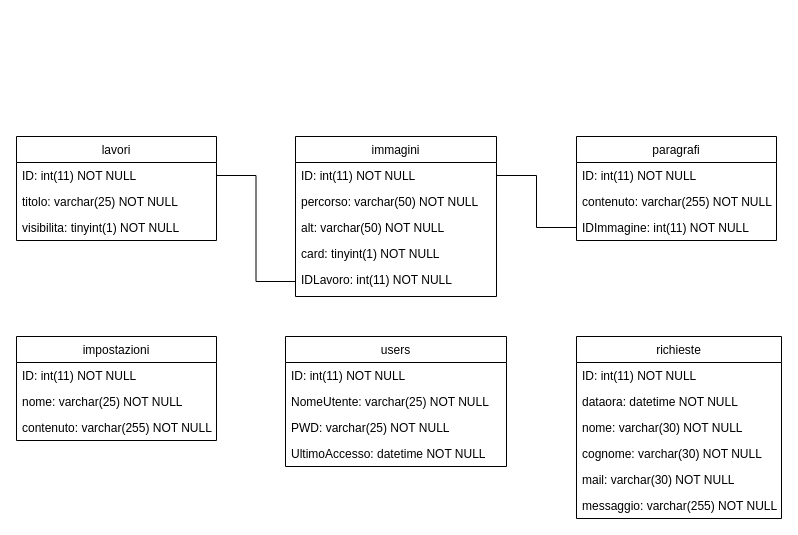
This is Set-up/dbtecweb.drawio from httpedo13/progettotecweb, a draw.io file, before an edit. Source tidied: cells renumbered, new cells numbered last; positions are measured from the earlier drawing's top-left corner, leaving out a move shared by most shapes. Both pictures are drawn from the tidied source at 100%, with x=0, y=0 at pixel (16, 136).
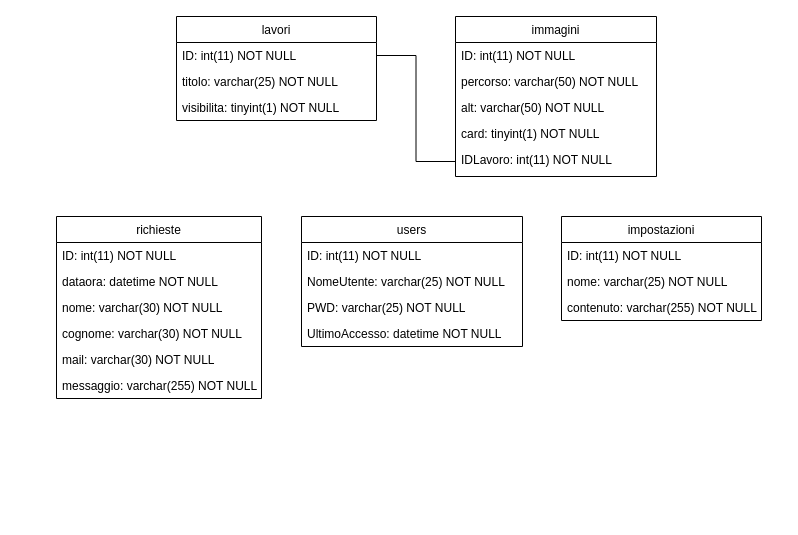
After the change.

The change refers to these unchanged cells:
```xml
<mxCell id="3" value="ID: int(11) NOT NULL" style="text;strokeColor=none;fillColor=none;align=left;verticalAlign=top;spacingLeft=4;spacingRight=4;overflow=hidden;points=[[0,0.5],[1,0.5]];portConstraint=eastwest;" parent="2" vertex="1">
  <mxGeometry y="26" width="201" height="26" as="geometry" />
</mxCell>
```

Diff of the diagram source:
```diff
@@
     <mxCell id="2" value="immagini" style="swimlane;fontStyle=0;horizontal=1;startSize=26;fillColor=none;" parent="1" vertex="1">
-      <mxGeometry x="279" width="201" height="160" as="geometry" />
+      <mxGeometry x="439" y="-120" width="201" height="160" as="geometry" />
     </mxCell>
@@
     <mxCell id="8" value="lavori" style="swimlane;fontStyle=0;horizontal=1;startSize=26;fillColor=none;" parent="1" vertex="1">
-      <mxGeometry width="200" height="104" as="geometry" />
+      <mxGeometry x="160" y="-120" width="200" height="104" as="geometry" />
     </mxCell>
@@
     <mxCell id="13" value="impostazioni" style="swimlane;fontStyle=0;horizontal=1;startSize=26;fillColor=none;" parent="1" vertex="1">
-      <mxGeometry y="200" width="200" height="104" as="geometry" />
+      <mxGeometry x="545" y="80" width="200" height="104" as="geometry" />
     </mxCell>
@@
     <mxCell id="17" value="richieste" style="swimlane;fontStyle=0;horizontal=1;startSize=26;fillColor=none;" parent="1" vertex="1">
-      <mxGeometry x="560" y="200" width="205" height="182" as="geometry" />
+      <mxGeometry x="40" y="80" width="205" height="182" as="geometry" />
     </mxCell>
@@
     <mxCell id="24" value="users" style="swimlane;fontStyle=0;horizontal=1;startSize=26;fillColor=none;" parent="1" vertex="1">
-      <mxGeometry x="269" y="200" width="221" height="130" as="geometry" />
+      <mxGeometry x="285" y="80" width="221" height="130" as="geometry" />
     </mxCell>
@@
-    <mxCell id="29" value="paragrafi" style="swimlane;fontStyle=0;horizontal=1;startSize=26;fillColor=none;" parent="1" vertex="1">
-      <mxGeometry x="560" width="200" height="104" as="geometry" />
-    </mxCell>
-    <mxCell id="30" value="ID: int(11) NOT NULL" style="text;strokeColor=none;fillColor=none;align=left;verticalAlign=top;spacingLeft=4;spacingRight=4;overflow=hidden;" parent="29" vertex="1">
-      <mxGeometry y="26" width="200" height="26" as="geometry" />
-    </mxCell>
-    <mxCell id="31" value="contenuto: varchar(255) NOT NULL" style="text;strokeColor=none;fillColor=none;align=left;verticalAlign=top;spacingLeft=4;spacingRight=4;overflow=hidden;" parent="29" vertex="1">
-      <mxGeometry y="52" width="200" height="26" as="geometry" />
-    </mxCell>
-    <mxCell id="32" value="IDImmagine: int(11) NOT NULL" style="text;strokeColor=none;fillColor=none;align=left;verticalAlign=top;spacingLeft=4;spacingRight=4;overflow=hidden;points=[[0,0.5],[1,0.5]];portConstraint=eastwest;" parent="29" vertex="1">
-      <mxGeometry y="78" width="200" height="26" as="geometry" />
-    </mxCell>
-    <mxCell id="33" style="edgeStyle=orthogonalEdgeStyle;rounded=0;jettySize=auto;html=1;exitX=0;exitY=0.5;exitDx=0;exitDy=0;endArrow=none;endFill=0;" parent="1" edge="1" source="32" target="3">
-      <mxGeometry relative="1" as="geometry" />
-    </mxCell>
```
